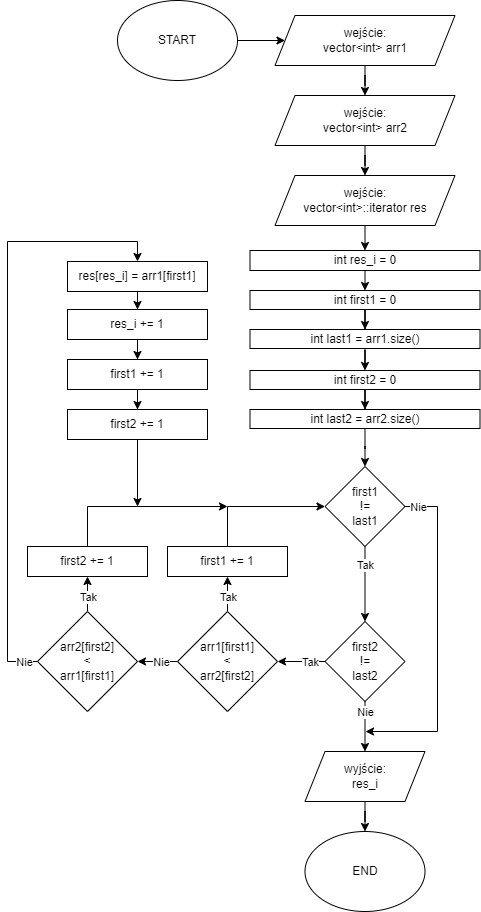
Earlier version of the draw.io export flowcharts/ad schemat 2 - intersekcja.png (ReijiY/AiSD-Pro1). Source tidied: cells renumbered, new cells last; positions are measured from the earlier drawing's top-left corner, leaving out a move shared by most shapes.
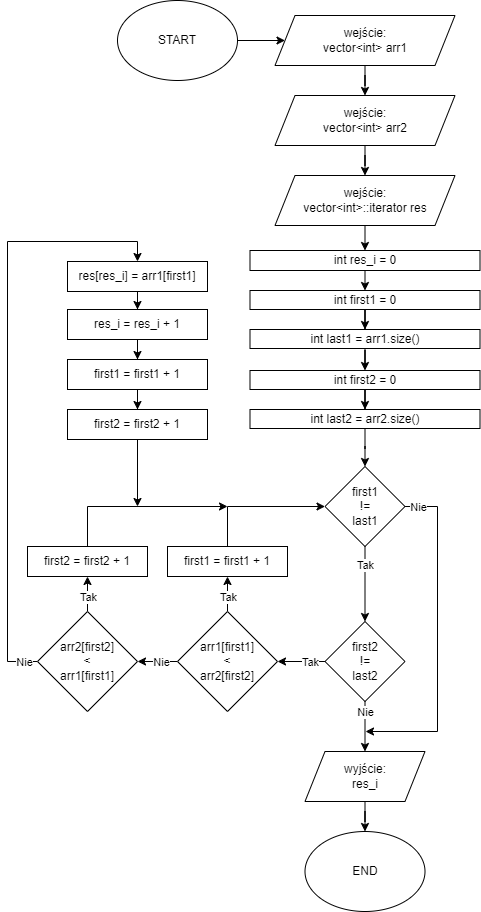
Later version of the same file.

The edit, as a diff of the source:
```diff
@@ -129,7 +129,7 @@
         </Array>
       </mxGeometry>
     </mxCell>
-    <mxCell id="37" value="first1 += 1" style="rounded=0;whiteSpace=wrap;html=1;" parent="1" vertex="1">
+    <mxCell id="37" value="first1 = first1 + 1" style="rounded=0;whiteSpace=wrap;html=1;" parent="1" vertex="1">
       <mxGeometry x="160" y="546" width="120" height="30" as="geometry" />
     </mxCell>
     <mxCell id="38" style="edgeStyle=orthogonalEdgeStyle;rounded=0;jettySize=auto;html=1;entryX=0.5;entryY=1;entryDx=0;entryDy=0;" parent="1" edge="1" source="42" target="44">
@@ -166,7 +166,7 @@
         </Array>
       </mxGeometry>
     </mxCell>
-    <mxCell id="44" value="first2 += 1" style="rounded=0;whiteSpace=wrap;html=1;" parent="1" vertex="1">
+    <mxCell id="44" value="first2 = first2 + 1" style="rounded=0;whiteSpace=wrap;html=1;" parent="1" vertex="1">
       <mxGeometry x="20" y="546" width="120" height="30" as="geometry" />
     </mxCell>
     <mxCell id="45" style="edgeStyle=orthogonalEdgeStyle;rounded=0;jettySize=auto;html=1;entryX=0.5;entryY=0;entryDx=0;entryDy=0;" parent="1" edge="1" source="46" target="48">
@@ -178,13 +178,13 @@
     <mxCell id="47" style="edgeStyle=orthogonalEdgeStyle;rounded=0;jettySize=auto;html=1;entryX=0.5;entryY=0;entryDx=0;entryDy=0;" parent="1" edge="1" source="48" target="50">
       <mxGeometry relative="1" as="geometry" />
     </mxCell>
-    <mxCell id="48" value="res_i += 1" style="rounded=0;whiteSpace=wrap;html=1;" parent="1" vertex="1">
+    <mxCell id="48" value="res_i = res_i + 1" style="rounded=0;whiteSpace=wrap;html=1;" parent="1" vertex="1">
       <mxGeometry x="60" y="309" width="140" height="30" as="geometry" />
     </mxCell>
     <mxCell id="49" style="edgeStyle=orthogonalEdgeStyle;rounded=0;jettySize=auto;html=1;entryX=0.5;entryY=0;entryDx=0;entryDy=0;" parent="1" edge="1" source="50" target="52">
       <mxGeometry relative="1" as="geometry" />
     </mxCell>
-    <mxCell id="50" value="first1 += 1" style="rounded=0;whiteSpace=wrap;html=1;" parent="1" vertex="1">
+    <mxCell id="50" value="first1 = first1 + 1" style="rounded=0;whiteSpace=wrap;html=1;" parent="1" vertex="1">
       <mxGeometry x="60" y="359" width="140" height="30" as="geometry" />
     </mxCell>
     <mxCell id="51" style="edgeStyle=orthogonalEdgeStyle;rounded=0;jettySize=auto;html=1;" parent="1" edge="1" source="52">
@@ -192,7 +192,7 @@
         <mxPoint x="130" y="506" as="targetPoint" />
       </mxGeometry>
     </mxCell>
-    <mxCell id="52" value="first2 += 1" style="rounded=0;whiteSpace=wrap;html=1;" parent="1" vertex="1">
+    <mxCell id="52" value="first2 = first2 + 1" style="rounded=0;whiteSpace=wrap;html=1;" parent="1" vertex="1">
       <mxGeometry x="60" y="409" width="140" height="30" as="geometry" />
     </mxCell>
     <mxCell id="53" style="edgeStyle=orthogonalEdgeStyle;rounded=0;jettySize=auto;html=1;exitX=0.5;exitY=1;exitDx=0;exitDy=0;entryX=0.5;entryY=0;entryDx=0;entryDy=0;" parent="1" edge="1" source="54" target="12">
```
